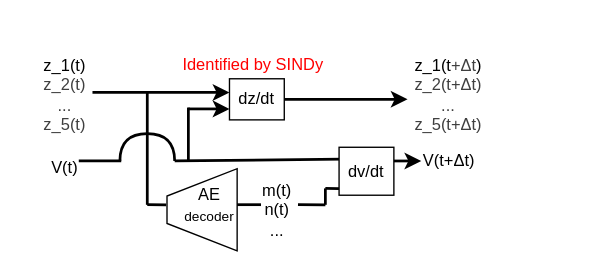
MunechikaHaruki/SINDyNeuroSurrogate keeps this draw.io diagram as docs/poster/pic/ref/model.drawio. Above is the earlier version. Source tidied: cells renumbered, new cells numbered last; positions are measured from the earlier drawing's top-left corner, leaving out a move shared by most shapes. Both pictures are drawn from the tidied source at 137%, with x=0, y=0 at pixel (23, 23).
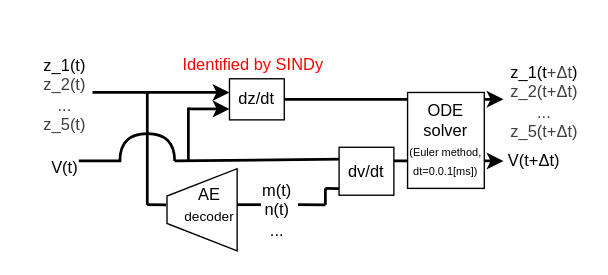
The same diagram, later.

What changed in the source:
```diff
@@
     <mxCell id="15" style="endArrow=classic;html=1;strokeWidth=2;startArrow=none;startFill=0;endFill=1;" parent="1" edge="1">
       <mxGeometry relative="1" as="geometry">
         <mxPoint x="190" y="55" as="sourcePoint" />
-        <mxPoint x="280" y="55" as="targetPoint" />
+        <mxPoint x="350" y="55" as="targetPoint" />
       </mxGeometry>
     </mxCell>
     <mxCell id="16" value="&lt;br class=&quot;Apple-interchange-newline&quot;&gt;&lt;span style=&quot;color: rgb(0, 0, 0);&quot;&gt;z_1(t&lt;span style=&quot;color: rgb(63, 63, 63);&quot;&gt;+Δt&lt;/span&gt;)&lt;/span&gt;&lt;div style=&quot;color: rgb(63, 63, 63); scrollbar-color: rgb(226, 226, 226) rgb(251, 251, 251);&quot;&gt;&lt;font style=&quot;scrollbar-color: rgb(226, 226, 226) rgb(251, 251, 251);&quot;&gt;z_2(t&lt;/font&gt;&lt;span style=&quot;color: rgb(63, 63, 63); background-color: transparent;&quot;&gt;+Δt&lt;/span&gt;&lt;span style=&quot;color: rgb(63, 63, 63); background-color: transparent;&quot;&gt;)&lt;/span&gt;&lt;/div&gt;&lt;div style=&quot;color: rgb(63, 63, 63); scrollbar-color: rgb(226, 226, 226) rgb(251, 251, 251);&quot;&gt;&lt;font style=&quot;scrollbar-color: rgb(226, 226, 226) rgb(251, 251, 251);&quot;&gt;...&lt;/font&gt;&lt;/div&gt;&lt;div style=&quot;color: rgb(63, 63, 63); scrollbar-color: rgb(226, 226, 226) rgb(251, 251, 251);&quot;&gt;z_5(t+Δt)&lt;/div&gt;" style="text;html=1;align=center;verticalAlign=middle;whiteSpace=wrap;rounded=0;" parent="1" vertex="1">
-      <mxGeometry x="280" width="60" height="90" as="geometry" />
+      <mxGeometry x="350" y="30" width="60" height="40" as="geometry" />
     </mxCell>
     <mxCell id="17" style="endArrow=classic;html=1;strokeWidth=2;startArrow=none;startFill=0;endFill=1;" parent="1" edge="1">
       <mxGeometry relative="1" as="geometry">
         <mxPoint x="270" y="100" as="sourcePoint" />
-        <mxPoint x="290" y="100" as="targetPoint" />
+        <mxPoint x="350" y="100" as="targetPoint" />
       </mxGeometry>
     </mxCell>
     <mxCell id="18" value="V(t+Δt)" style="text;html=1;align=center;verticalAlign=middle;whiteSpace=wrap;rounded=0;" parent="1" vertex="1">
-      <mxGeometry x="287.5" y="90" width="45" height="20" as="geometry" />
+      <mxGeometry x="350" y="90" width="45" height="20" as="geometry" />
     </mxCell>
@@
+    <mxCell id="26" value="ODE&lt;div&gt;solver&lt;/div&gt;&lt;div&gt;&lt;font style=&quot;font-size: 8px;&quot;&gt;(Euler method,&lt;/font&gt;&lt;/div&gt;&lt;div&gt;&lt;font style=&quot;font-size: 8px;&quot;&gt;dt=0.0.1[ms])&lt;/font&gt;&lt;/div&gt;" style="rounded=0;whiteSpace=wrap;html=1;" parent="1" vertex="1">
+      <mxGeometry x="280" y="50" width="56" height="70" as="geometry" />
+    </mxCell>
```
